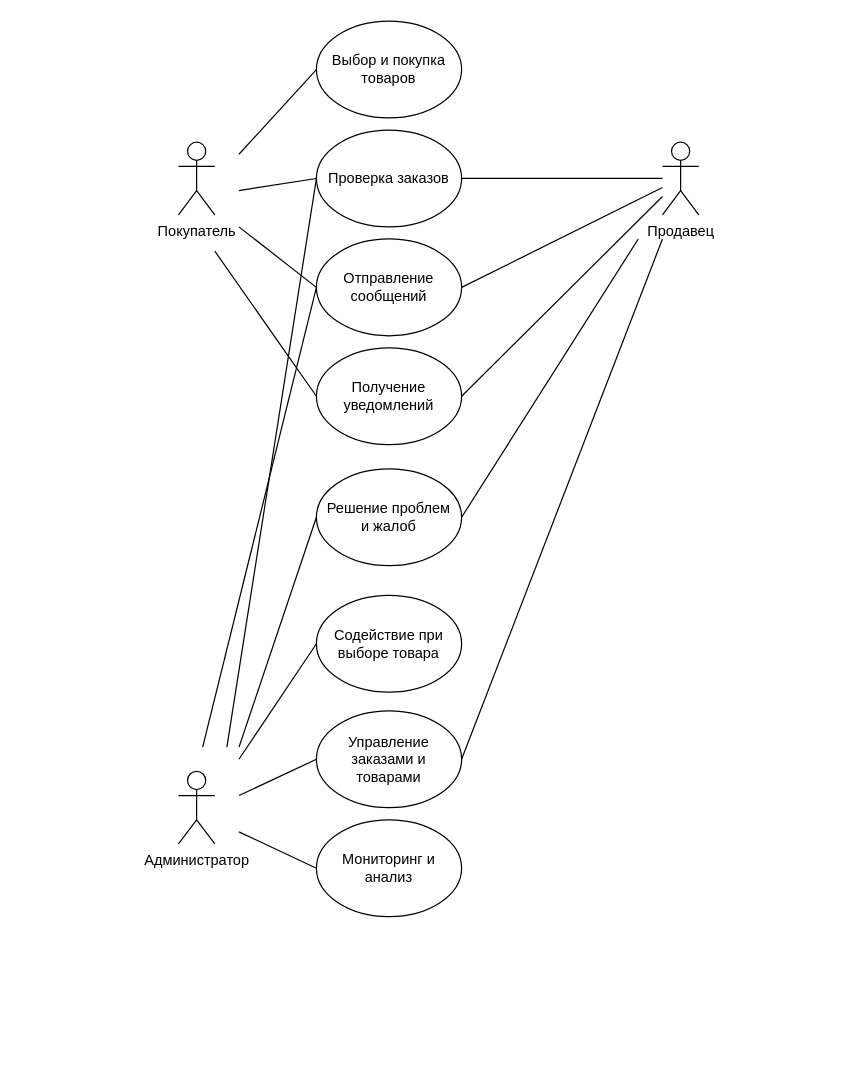
The draw.io diagram сomputer_store_diagram.drawio in BLa05mNR/Diagramm, before the edit. Source tidied: cells renumbered, new cells numbered last; positions are measured from the earlier drawing's top-left corner, leaving out a move shared by most shapes. Both pictures are drawn from the tidied source at 121%, with x=0, y=0 at pixel (178, 21).
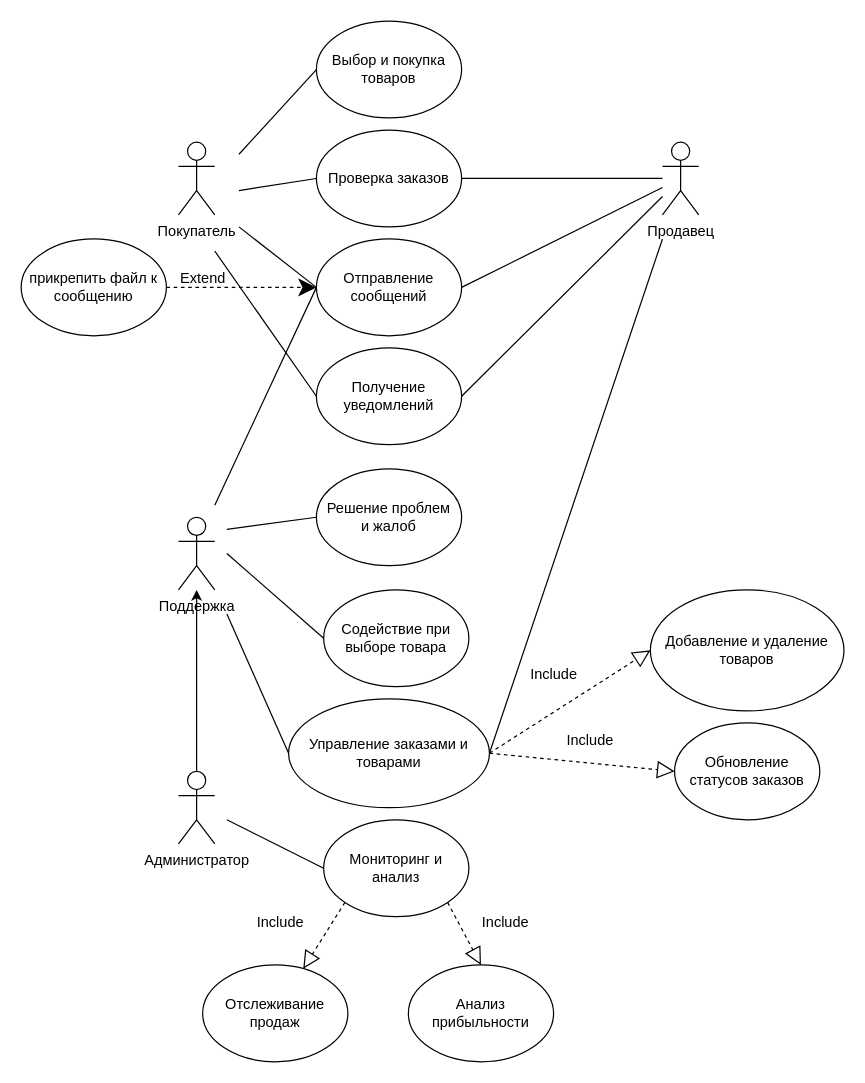
The same diagram, later.

Unchanged cells that the change refers to:
```xml
<mxCell id="3" value="Администратор" style="shape=umlActor;verticalLabelPosition=bottom;verticalAlign=top;html=1;outlineConnect=0;" parent="1" vertex="1">
  <mxGeometry y="620" width="30" height="60" as="geometry" />
</mxCell>
<mxCell id="7" value="Проверка заказов" style="ellipse;whiteSpace=wrap;html=1;" parent="1" vertex="1">
  <mxGeometry x="114" y="90" width="120" height="80" as="geometry" />
</mxCell>
<mxCell id="9" value="Отправление сообщений" style="ellipse;whiteSpace=wrap;html=1;" parent="1" vertex="1">
  <mxGeometry x="114" y="180" width="120" height="80" as="geometry" />
</mxCell>
<mxCell id="19" value="Решение проблем &lt;br&gt;и жалоб" style="ellipse;whiteSpace=wrap;html=1;" parent="1" vertex="1">
  <mxGeometry x="114" y="370" width="120" height="80" as="geometry" />
</mxCell>
```

The edit, as a diff of the source:
```diff
@@
+    <mxCell id="28" style="edgeStyle=orthogonalEdgeStyle;rounded=0;jettySize=auto;html=1;" parent="1" edge="1" source="3" target="29">
+      <mxGeometry relative="1" as="geometry" />
+    </mxCell>
@@
     <mxCell id="13" value="Управление заказами и &lt;br&gt;товарами" style="ellipse;whiteSpace=wrap;html=1;" parent="1" vertex="1">
-      <mxGeometry x="114" y="570" width="120" height="80" as="geometry" />
+      <mxGeometry x="91" y="560" width="166" height="90" as="geometry" />
     </mxCell>
     <mxCell id="14" style="endArrow=none;html=1;rounded=0;entryX=0;entryY=0.5;entryDx=0;entryDy=0;" parent="1" edge="1" target="13">
       <mxGeometry relative="1" as="geometry">
-        <mxPoint x="50" y="640" as="sourcePoint" />
+        <mxPoint x="40" y="490" as="sourcePoint" />
       </mxGeometry>
     </mxCell>
     <mxCell id="15" value="Мониторинг и анализ" style="ellipse;whiteSpace=wrap;html=1;" parent="1" vertex="1">
-      <mxGeometry x="114" y="660" width="120" height="80" as="geometry" />
+      <mxGeometry x="120" y="660" width="120" height="80" as="geometry" />
     </mxCell>
     <mxCell id="16" style="endArrow=none;html=1;rounded=0;entryX=0;entryY=0.5;entryDx=0;entryDy=0;" parent="1" edge="1" target="15">
       <mxGeometry relative="1" as="geometry">
-        <mxPoint x="50" y="670" as="sourcePoint" />
+        <mxPoint x="40" y="660" as="sourcePoint" />
       </mxGeometry>
     </mxCell>
     <mxCell id="17" style="endArrow=none;html=1;rounded=0;entryX=0;entryY=0.5;entryDx=0;entryDy=0;" parent="1" edge="1" target="9">
       <mxGeometry relative="1" as="geometry">
-        <mxPoint x="20" y="600" as="sourcePoint" />
+        <mxPoint x="30" y="400" as="sourcePoint" />
       </mxGeometry>
     </mxCell>
-    <mxCell id="18" style="endArrow=none;html=1;rounded=0;entryX=0;entryY=0.5;entryDx=0;entryDy=0;" parent="1" edge="1" target="7">
-      <mxGeometry relative="1" as="geometry">
-        <mxPoint x="40" y="600" as="sourcePoint" />
-      </mxGeometry>
-    </mxCell>
@@
     <mxCell id="20" style="endArrow=none;html=1;rounded=0;entryX=0;entryY=0.5;entryDx=0;entryDy=0;" parent="1" edge="1" target="19">
       <mxGeometry relative="1" as="geometry">
-        <mxPoint x="50" y="600" as="sourcePoint" />
+        <mxPoint x="40" y="420" as="sourcePoint" />
       </mxGeometry>
     </mxCell>
     <mxCell id="21" value="Содействие при выборе товара" style="ellipse;whiteSpace=wrap;html=1;" parent="1" vertex="1">
-      <mxGeometry x="114" y="474.5" width="120" height="80" as="geometry" />
+      <mxGeometry x="120" y="470" width="120" height="80" as="geometry" />
     </mxCell>
     <mxCell id="22" style="endArrow=none;html=1;rounded=0;entryX=0;entryY=0.5;entryDx=0;entryDy=0;" parent="1" edge="1" target="21">
       <mxGeometry relative="1" as="geometry">
-        <mxPoint x="50" y="610" as="sourcePoint" />
+        <mxPoint x="40" y="440" as="sourcePoint" />
       </mxGeometry>
     </mxCell>
@@
-    <mxCell id="27" style="endArrow=none;html=1;rounded=0;exitX=1;exitY=0.5;exitDx=0;exitDy=0;" parent="1" edge="1" source="19">
-      <mxGeometry relative="1" as="geometry">
-        <mxPoint x="380" y="180" as="targetPoint" />
-      </mxGeometry>
-    </mxCell>
+    <mxCell id="29" value="Поддержка" style="shape=umlActor;verticalLabelPosition=bottom;verticalAlign=top;html=1;outlineConnect=0;" parent="1" vertex="1">
+      <mxGeometry y="410" width="30" height="60" as="geometry" />
+    </mxCell>
+    <mxCell id="30" style="endArrow=classic;dashed=1;endFill=1;endSize=12;html=1;rounded=0;strokeColor=default;exitX=1;exitY=0.5;exitDx=0;exitDy=0;startArrow=none;startFill=0;entryX=0;entryY=0.5;entryDx=0;entryDy=0;" parent="1" edge="1" source="31" target="9">
+      <mxGeometry relative="1" as="geometry" />
+    </mxCell>
+    <mxCell id="31" value="прикрепить файл к сообщению" style="ellipse;whiteSpace=wrap;html=1;" parent="1" vertex="1">
+      <mxGeometry x="-130" y="180" width="120" height="80" as="geometry" />
+    </mxCell>
+    <mxCell id="32" value="Extend" style="text;html=1;align=center;verticalAlign=middle;strokeColor=none;fillColor=none;" parent="1" vertex="1">
+      <mxGeometry x="-10" y="198" width="60" height="30" as="geometry" />
+    </mxCell>
+    <mxCell id="33" value="Добавление и удаление товаров" style="ellipse;whiteSpace=wrap;html=1;" parent="1" vertex="1">
+      <mxGeometry x="390" y="470" width="160" height="100" as="geometry" />
+    </mxCell>
+    <mxCell id="34" value="Обновление статусов заказов" style="ellipse;whiteSpace=wrap;html=1;" parent="1" vertex="1">
+      <mxGeometry x="410" y="580" width="120" height="80" as="geometry" />
+    </mxCell>
+    <mxCell id="35" style="endArrow=block;dashed=1;endFill=0;endSize=12;html=1;rounded=0;entryX=0;entryY=0.5;entryDx=0;entryDy=0;exitX=1;exitY=0.5;exitDx=0;exitDy=0;" parent="1" edge="1" source="13" target="33">
+      <mxGeometry relative="1" as="geometry" />
+    </mxCell>
+    <mxCell id="36" style="endArrow=block;dashed=1;endFill=0;endSize=12;html=1;rounded=0;entryX=0;entryY=0.5;entryDx=0;entryDy=0;exitX=1;exitY=0.5;exitDx=0;exitDy=0;" parent="1" edge="1" source="13" target="34">
+      <mxGeometry relative="1" as="geometry" />
+    </mxCell>
+    <mxCell id="37" value="Include" style="text;html=1;align=center;verticalAlign=middle;strokeColor=none;fillColor=none;rotation=0;" parent="1" vertex="1">
+      <mxGeometry x="280" y="524.5" width="60" height="30" as="geometry" />
+    </mxCell>
+    <mxCell id="38" value="Include" style="text;html=1;align=center;verticalAlign=middle;strokeColor=none;fillColor=none;rotation=0;" parent="1" vertex="1">
+      <mxGeometry x="310" y="580" width="60" height="30" as="geometry" />
+    </mxCell>
+    <mxCell id="39" style="endArrow=block;dashed=1;endFill=0;endSize=12;html=1;rounded=0;exitX=0;exitY=1;exitDx=0;exitDy=0;" parent="1" edge="1" source="15" target="40">
+      <mxGeometry relative="1" as="geometry" />
+    </mxCell>
+    <mxCell id="40" value="Отслеживание продаж" style="ellipse;whiteSpace=wrap;html=1;" parent="1" vertex="1">
+      <mxGeometry x="20" y="780" width="120" height="80" as="geometry" />
+    </mxCell>
+    <mxCell id="41" value="Анализ прибыльности" style="ellipse;whiteSpace=wrap;html=1;" parent="1" vertex="1">
+      <mxGeometry x="190" y="780" width="120" height="80" as="geometry" />
+    </mxCell>
+    <mxCell id="42" style="endArrow=block;dashed=1;endFill=0;endSize=12;html=1;rounded=0;exitX=1;exitY=1;exitDx=0;exitDy=0;entryX=0.5;entryY=0;entryDx=0;entryDy=0;" parent="1" edge="1" source="15" target="41">
+      <mxGeometry relative="1" as="geometry" />
+    </mxCell>
+    <mxCell id="43" value="Include" style="text;html=1;align=center;verticalAlign=middle;strokeColor=none;fillColor=none;rotation=0;" parent="1" vertex="1">
+      <mxGeometry x="240" y="730" width="60" height="30" as="geometry" />
+    </mxCell>
+    <mxCell id="44" value="Include" style="text;html=1;align=center;verticalAlign=middle;strokeColor=none;fillColor=none;rotation=0;" parent="1" vertex="1">
+      <mxGeometry x="54" y="730" width="60" height="30" as="geometry" />
+    </mxCell>
```
